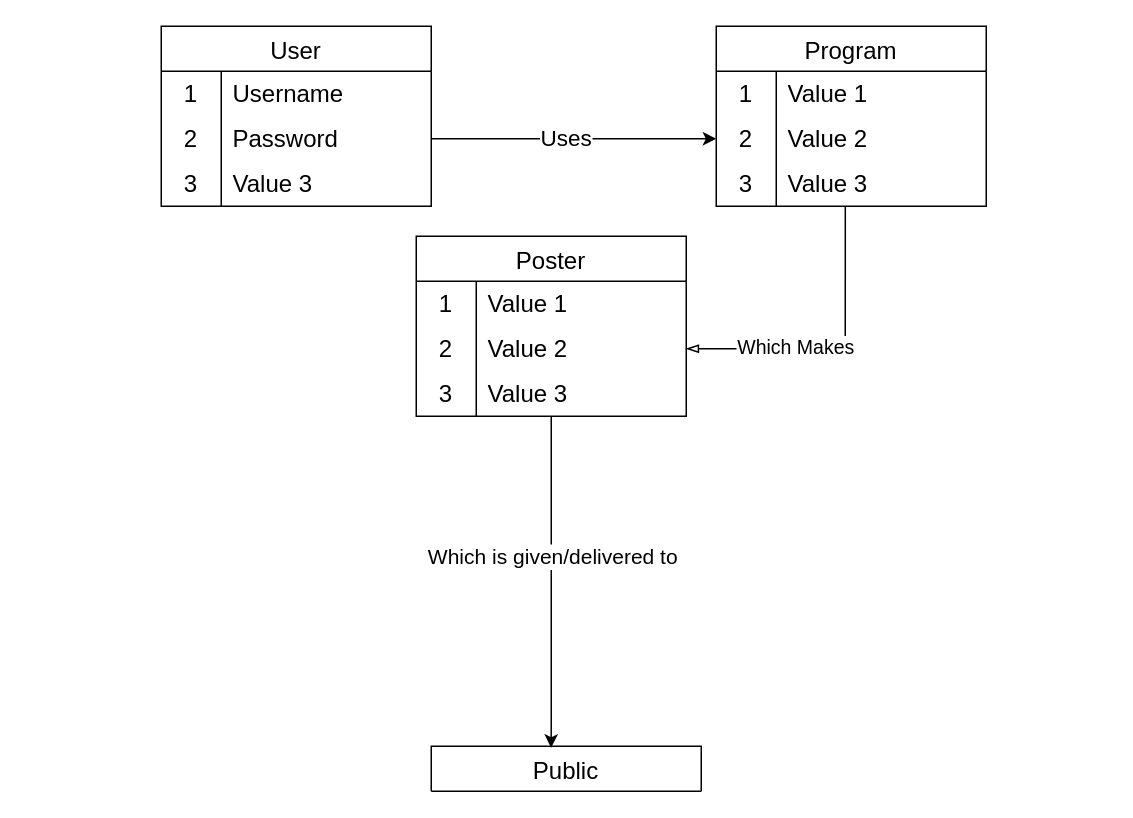
Above: Team 2 Final Project Diagram.drawio in Sahtorin/Team-2-Final (draw.io), before the change. Source tidied: cells renumbered, new cells numbered last; positions are measured from the earlier drawing's top-left corner, leaving out a move shared by most shapes. Both pictures are drawn from the tidied source at 150%, with x=0, y=0 at pixel (160, 26).
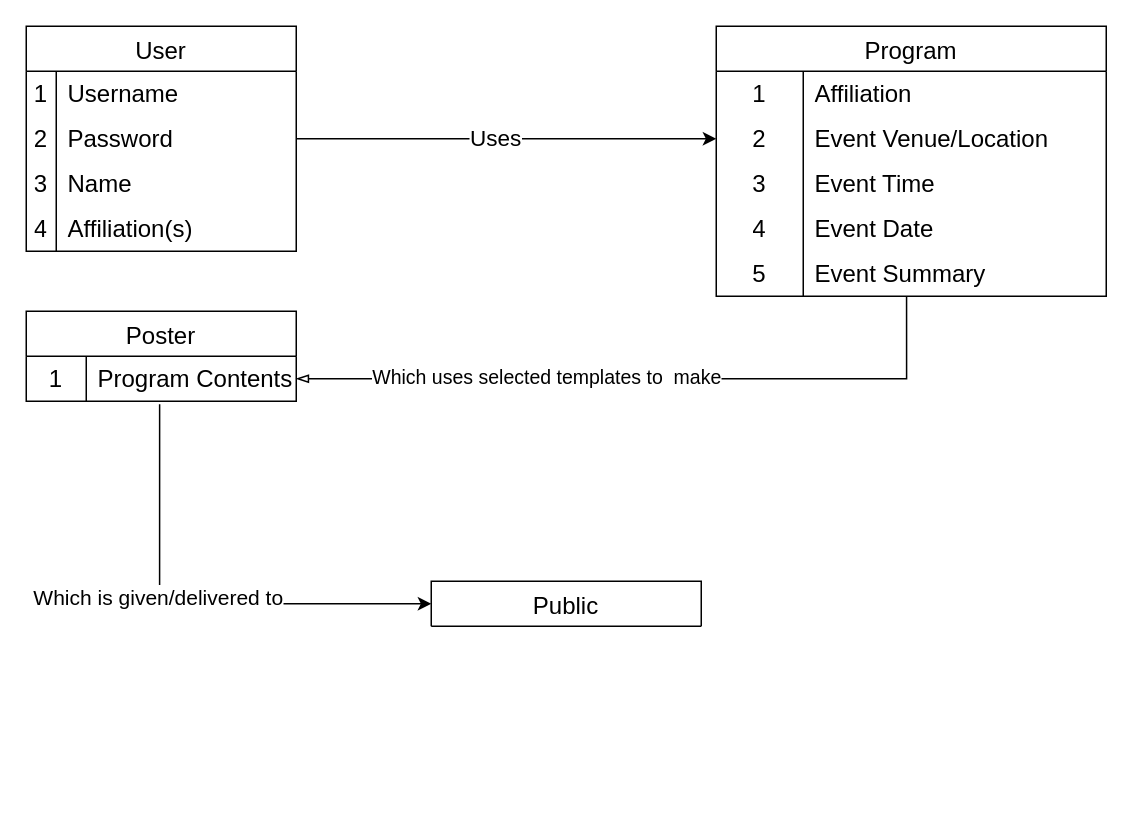
Above is the later version.

The change refers to these unchanged cells:
```xml
<mxCell id="3" style="shape=tableRow;horizontal=0;startSize=0;swimlaneHead=0;swimlaneBody=0;top=0;left=0;bottom=0;right=0;fillColor=none;strokeColor=inherit;fontSize=16;" parent="2" vertex="1">
  <mxGeometry y="30" width="180" height="30" as="geometry" />
</mxCell>
<mxCell id="6" style="shape=tableRow;horizontal=0;startSize=0;swimlaneHead=0;swimlaneBody=0;top=0;left=0;bottom=0;right=0;fillColor=none;points=[[0,0.5],[1,0.5]];portConstraint=eastwest;strokeColor=inherit;fontSize=16;" parent="2" vertex="1">
  <mxGeometry y="60" width="180" height="30" as="geometry" />
</mxCell>
<mxCell id="9" style="shape=tableRow;horizontal=0;startSize=0;swimlaneHead=0;swimlaneBody=0;top=0;left=0;bottom=0;right=0;fillColor=none;strokeColor=inherit;fontSize=16;" parent="2" vertex="1">
  <mxGeometry y="90" width="180" height="30" as="geometry" />
</mxCell>
<mxCell id="30" style="shape=tableRow;horizontal=0;startSize=0;swimlaneHead=0;swimlaneBody=0;top=0;left=0;bottom=0;right=0;fillColor=none;points=[[0,0.5],[1,0.5]];portConstraint=eastwest;strokeColor=inherit;fontSize=16;" parent="29" vertex="1">
  <mxGeometry y="30" width="180" height="30" as="geometry" />
</mxCell>
```

Diff of the diagram source:
```diff
@@
     <mxCell id="2" value="User" style="shape=table;startSize=30;childLayout=tableLayout;rowLines=0;fontStyle=0;strokeColor=default;fontSize=16;" parent="1" vertex="1">
-      <mxGeometry width="180" height="120" as="geometry" />
+      <mxGeometry x="-90" width="180" height="150" as="geometry" />
     </mxCell>
@@
     <mxCell id="4" value="1" style="shape=partialRectangle;html=1;whiteSpace=wrap;fillColor=none;top=0;left=0;bottom=0;right=0;overflow=hidden;strokeColor=inherit;fontSize=16;" parent="3" vertex="1">
-      <mxGeometry width="40" height="30" as="geometry" />
+      <mxGeometry width="20" height="30" as="geometry" />
     </mxCell>
     <mxCell id="5" value="Username" style="shape=partialRectangle;html=1;whiteSpace=wrap;fillColor=none;top=0;left=0;bottom=0;right=0;align=left;spacingLeft=6;overflow=hidden;strokeColor=inherit;fontSize=16;" parent="3" vertex="1">
-      <mxGeometry x="40" width="140" height="30" as="geometry" />
+      <mxGeometry x="20" width="160" height="30" as="geometry" />
     </mxCell>
@@
     <mxCell id="7" value="2" style="shape=partialRectangle;html=1;whiteSpace=wrap;fillColor=none;top=0;left=0;bottom=0;right=0;overflow=hidden;strokeColor=inherit;fontSize=16;" parent="6" vertex="1">
-      <mxGeometry width="40" height="30" as="geometry" />
+      <mxGeometry width="20" height="30" as="geometry" />
     </mxCell>
     <mxCell id="8" value="Password" style="shape=partialRectangle;html=1;whiteSpace=wrap;fillColor=none;top=0;left=0;bottom=0;right=0;align=left;spacingLeft=6;overflow=hidden;strokeColor=inherit;fontSize=16;" parent="6" vertex="1">
-      <mxGeometry x="40" width="140" height="30" as="geometry" />
+      <mxGeometry x="20" width="160" height="30" as="geometry" />
     </mxCell>
@@
     <mxCell id="10" value="3" style="shape=partialRectangle;html=1;whiteSpace=wrap;fillColor=none;top=0;left=0;bottom=0;right=0;overflow=hidden;strokeColor=inherit;fontSize=16;" parent="9" vertex="1">
-      <mxGeometry width="40" height="30" as="geometry" />
+      <mxGeometry width="20" height="30" as="geometry" />
     </mxCell>
-    <mxCell id="11" value="Value 3" style="shape=partialRectangle;html=1;whiteSpace=wrap;fillColor=none;top=0;left=0;bottom=0;right=0;align=left;spacingLeft=6;overflow=hidden;strokeColor=inherit;fontSize=16;" parent="9" vertex="1">
-      <mxGeometry x="40" width="140" height="30" as="geometry" />
+    <mxCell id="11" value="Name" style="shape=partialRectangle;html=1;whiteSpace=wrap;fillColor=none;top=0;left=0;bottom=0;right=0;align=left;spacingLeft=6;overflow=hidden;strokeColor=inherit;fontSize=16;" parent="9" vertex="1">
+      <mxGeometry x="20" width="160" height="30" as="geometry" />
     </mxCell>
+    <mxCell id="39" style="shape=tableRow;horizontal=0;startSize=0;swimlaneHead=0;swimlaneBody=0;top=0;left=0;bottom=0;right=0;fillColor=none;strokeColor=inherit;fontSize=16;" parent="2" vertex="1">
+      <mxGeometry y="120" width="180" height="30" as="geometry" />
+    </mxCell>
+    <mxCell id="40" value="4" style="shape=partialRectangle;html=1;whiteSpace=wrap;fillColor=none;top=0;left=0;bottom=0;right=0;overflow=hidden;strokeColor=inherit;fontSize=16;" parent="39" vertex="1">
+      <mxGeometry width="20" height="30" as="geometry" />
+    </mxCell>
+    <mxCell id="41" value="Affiliation(s)" style="shape=partialRectangle;html=1;whiteSpace=wrap;fillColor=none;top=0;left=0;bottom=0;right=0;align=left;spacingLeft=6;overflow=hidden;strokeColor=inherit;fontSize=16;" parent="39" vertex="1">
+      <mxGeometry x="20" width="160" height="30" as="geometry" />
+    </mxCell>
     <mxCell id="12" value="Program" style="shape=table;startSize=30;childLayout=tableLayout;rowLines=0;fontStyle=0;strokeColor=default;fontSize=16;" parent="1" vertex="1">
-      <mxGeometry x="370" width="180" height="120" as="geometry" />
+      <mxGeometry x="370" width="260" height="180" as="geometry" />
     </mxCell>
     <mxCell id="13" style="shape=tableRow;horizontal=0;startSize=0;swimlaneHead=0;swimlaneBody=0;top=0;left=0;bottom=0;right=0;fillColor=none;strokeColor=inherit;fontSize=16;" parent="12" vertex="1">
-      <mxGeometry y="30" width="180" height="30" as="geometry" />
+      <mxGeometry y="30" width="260" height="30" as="geometry" />
     </mxCell>
     <mxCell id="14" value="1" style="shape=partialRectangle;html=1;whiteSpace=wrap;fillColor=none;top=0;left=0;bottom=0;right=0;overflow=hidden;strokeColor=inherit;fontSize=16;" parent="13" vertex="1">
-      <mxGeometry width="40" height="30" as="geometry" />
+      <mxGeometry width="58" height="30" as="geometry" />
     </mxCell>
-    <mxCell id="15" value="Value 1" style="shape=partialRectangle;html=1;whiteSpace=wrap;fillColor=none;top=0;left=0;bottom=0;right=0;align=left;spacingLeft=6;overflow=hidden;strokeColor=inherit;fontSize=16;" parent="13" vertex="1">
-      <mxGeometry x="40" width="140" height="30" as="geometry" />
+    <mxCell id="15" value="Affiliation&lt;span style=&quot;white-space: pre;&quot;&gt;&#9;&lt;/span&gt;" style="shape=partialRectangle;html=1;whiteSpace=wrap;fillColor=none;top=0;left=0;bottom=0;right=0;align=left;spacingLeft=6;overflow=hidden;strokeColor=inherit;fontSize=16;" parent="13" vertex="1">
+      <mxGeometry x="58" width="202" height="30" as="geometry" />
     </mxCell>
     <mxCell id="16" style="shape=tableRow;horizontal=0;startSize=0;swimlaneHead=0;swimlaneBody=0;top=0;left=0;bottom=0;right=0;fillColor=none;points=[[0,0.5],[1,0.5]];portConstraint=eastwest;strokeColor=inherit;fontSize=16;" parent="12" vertex="1">
-      <mxGeometry y="60" width="180" height="30" as="geometry" />
+      <mxGeometry y="60" width="260" height="30" as="geometry" />
     </mxCell>
     <mxCell id="17" value="2" style="shape=partialRectangle;html=1;whiteSpace=wrap;fillColor=none;top=0;left=0;bottom=0;right=0;overflow=hidden;strokeColor=inherit;fontSize=16;" parent="16" vertex="1">
-      <mxGeometry width="40" height="30" as="geometry" />
+      <mxGeometry width="58" height="30" as="geometry" />
     </mxCell>
-    <mxCell id="18" value="Value 2" style="shape=partialRectangle;html=1;whiteSpace=wrap;fillColor=none;top=0;left=0;bottom=0;right=0;align=left;spacingLeft=6;overflow=hidden;strokeColor=inherit;fontSize=16;" parent="16" vertex="1">
-      <mxGeometry x="40" width="140" height="30" as="geometry" />
+    <mxCell id="18" value="Event Venue/Location" style="shape=partialRectangle;html=1;whiteSpace=wrap;fillColor=none;top=0;left=0;bottom=0;right=0;align=left;spacingLeft=6;overflow=hidden;strokeColor=inherit;fontSize=16;" parent="16" vertex="1">
+      <mxGeometry x="58" width="202" height="30" as="geometry" />
     </mxCell>
     <mxCell id="19" style="shape=tableRow;horizontal=0;startSize=0;swimlaneHead=0;swimlaneBody=0;top=0;left=0;bottom=0;right=0;fillColor=none;points=[[0,0.5],[1,0.5]];portConstraint=eastwest;strokeColor=inherit;fontSize=16;" parent="12" vertex="1">
-      <mxGeometry y="90" width="180" height="30" as="geometry" />
+      <mxGeometry y="90" width="260" height="30" as="geometry" />
     </mxCell>
     <mxCell id="20" value="3" style="shape=partialRectangle;html=1;whiteSpace=wrap;fillColor=none;top=0;left=0;bottom=0;right=0;overflow=hidden;strokeColor=inherit;fontSize=16;" parent="19" vertex="1">
-      <mxGeometry width="40" height="30" as="geometry" />
+      <mxGeometry width="58" height="30" as="geometry" />
     </mxCell>
-    <mxCell id="21" value="Value 3" style="shape=partialRectangle;html=1;whiteSpace=wrap;fillColor=none;top=0;left=0;bottom=0;right=0;align=left;spacingLeft=6;overflow=hidden;strokeColor=inherit;fontSize=16;" parent="19" vertex="1">
-      <mxGeometry x="40" width="140" height="30" as="geometry" />
+    <mxCell id="21" value="Event Time" style="shape=partialRectangle;html=1;whiteSpace=wrap;fillColor=none;top=0;left=0;bottom=0;right=0;align=left;spacingLeft=6;overflow=hidden;strokeColor=inherit;fontSize=16;" parent="19" vertex="1">
+      <mxGeometry x="58" width="202" height="30" as="geometry" />
     </mxCell>
+    <mxCell id="42" style="shape=tableRow;horizontal=0;startSize=0;swimlaneHead=0;swimlaneBody=0;top=0;left=0;bottom=0;right=0;fillColor=none;strokeColor=inherit;fontSize=16;" parent="12" vertex="1">
+      <mxGeometry y="120" width="260" height="30" as="geometry" />
+    </mxCell>
+    <mxCell id="43" value="4" style="shape=partialRectangle;html=1;whiteSpace=wrap;fillColor=none;top=0;left=0;bottom=0;right=0;overflow=hidden;strokeColor=inherit;fontSize=16;" parent="42" vertex="1">
+      <mxGeometry width="58" height="30" as="geometry" />
+    </mxCell>
+    <mxCell id="44" value="Event Date" style="shape=partialRectangle;html=1;whiteSpace=wrap;fillColor=none;top=0;left=0;bottom=0;right=0;align=left;spacingLeft=6;overflow=hidden;strokeColor=inherit;fontSize=16;" parent="42" vertex="1">
+      <mxGeometry x="58" width="202" height="30" as="geometry" />
+    </mxCell>
+    <mxCell id="45" style="shape=tableRow;horizontal=0;startSize=0;swimlaneHead=0;swimlaneBody=0;top=0;left=0;bottom=0;right=0;fillColor=none;points=[[0,0.5],[1,0.5]];portConstraint=eastwest;strokeColor=inherit;fontSize=16;" parent="12" vertex="1">
+      <mxGeometry y="150" width="260" height="30" as="geometry" />
+    </mxCell>
+    <mxCell id="46" value="5" style="shape=partialRectangle;html=1;whiteSpace=wrap;fillColor=none;top=0;left=0;bottom=0;right=0;overflow=hidden;strokeColor=inherit;fontSize=16;" parent="45" vertex="1">
+      <mxGeometry width="58" height="30" as="geometry" />
+    </mxCell>
+    <mxCell id="47" value="Event Summary" style="shape=partialRectangle;html=1;whiteSpace=wrap;fillColor=none;top=0;left=0;bottom=0;right=0;align=left;spacingLeft=6;overflow=hidden;strokeColor=inherit;fontSize=16;" parent="45" vertex="1">
+      <mxGeometry x="58" width="202" height="30" as="geometry" />
+    </mxCell>
     <mxCell id="22" value="Public" style="shape=table;startSize=30;childLayout=tableLayout;rowLines=0;fontStyle=0;strokeColor=default;fontSize=16;" parent="1" vertex="1">
-      <mxGeometry x="180" y="480" width="180" height="30" as="geometry" />
+      <mxGeometry x="180" y="370" width="180" height="30" as="geometry" />
     </mxCell>
@@
-    <mxCell id="25" style="edgeStyle=orthogonalEdgeStyle;rounded=0;jettySize=auto;html=1;entryX=0.478;entryY=1;entryDx=0;entryDy=0;entryPerimeter=0;startArrow=blockThin;startFill=0;endArrow=none;exitX=1;exitY=0.5;exitDx=0;exitDy=0;" parent="1" edge="1" source="33" target="19">
+    <mxCell id="25" style="edgeStyle=orthogonalEdgeStyle;rounded=0;jettySize=auto;html=1;entryX=0.488;entryY=1;entryDx=0;entryDy=0;entryPerimeter=0;startArrow=blockThin;startFill=0;endArrow=none;exitX=1;exitY=0.5;exitDx=0;exitDy=0;" parent="1" edge="1" source="30" target="45">
       <mxGeometry relative="1" as="geometry" />
     </mxCell>
-    <mxCell id="26" value="&lt;font style=&quot;font-size: 13px;&quot;&gt;Which Makes&lt;/font&gt;" style="edgeLabel;html=1;align=center;verticalAlign=middle;" parent="25" vertex="1">
+    <mxCell id="26" value="&lt;font style=&quot;font-size: 13px;&quot;&gt;Which uses selected templates to&amp;nbsp; make&lt;/font&gt;" style="edgeLabel;html=1;align=center;verticalAlign=middle;" parent="25" vertex="1">
       <mxGeometry x="-0.28" y="2" relative="1" as="geometry" />
     </mxCell>
-    <mxCell id="27" style="edgeStyle=orthogonalEdgeStyle;rounded=0;jettySize=auto;html=1;exitX=0.5;exitY=1;exitDx=0;exitDy=0;entryX=0.444;entryY=0.033;entryDx=0;entryDy=0;entryPerimeter=0;" parent="1" edge="1" target="22">
+    <mxCell id="27" style="edgeStyle=orthogonalEdgeStyle;rounded=0;jettySize=auto;html=1;exitX=0.494;exitY=1.067;exitDx=0;exitDy=0;entryX=0;entryY=0.5;entryDx=0;entryDy=0;exitPerimeter=0;" parent="1" edge="1" source="30" target="22">
       <mxGeometry relative="1" as="geometry">
-        <mxPoint x="260" y="260" as="sourcePoint" />
         <Array as="points">
-          <mxPoint x="260" y="461" />
+          <mxPoint x="-1" y="385" />
         </Array>
       </mxGeometry>
     </mxCell>
@@
     <mxCell id="29" value="Poster" style="shape=table;startSize=30;childLayout=tableLayout;rowLines=0;fontStyle=0;strokeColor=default;fontSize=16;" parent="1" vertex="1">
-      <mxGeometry x="170" y="140" width="180" height="120" as="geometry" />
+      <mxGeometry x="-90" y="190" width="180" height="60" as="geometry" />
     </mxCell>
@@
-    <mxCell id="32" value="Value 1" style="shape=partialRectangle;html=1;whiteSpace=wrap;fillColor=none;top=0;left=0;bottom=0;right=0;align=left;spacingLeft=6;overflow=hidden;strokeColor=inherit;fontSize=16;" parent="30" vertex="1">
+    <mxCell id="32" value="Program Contents" style="shape=partialRectangle;html=1;whiteSpace=wrap;fillColor=none;top=0;left=0;bottom=0;right=0;align=left;spacingLeft=6;overflow=hidden;strokeColor=inherit;fontSize=16;" parent="30" vertex="1">
       <mxGeometry x="40" width="140" height="30" as="geometry" />
     </mxCell>
-    <mxCell id="33" style="shape=tableRow;horizontal=0;startSize=0;swimlaneHead=0;swimlaneBody=0;top=0;left=0;bottom=0;right=0;fillColor=none;points=[[0,0.5],[1,0.5]];portConstraint=eastwest;strokeColor=inherit;fontSize=16;" parent="29" vertex="1">
-      <mxGeometry y="60" width="180" height="30" as="geometry" />
-    </mxCell>
-    <mxCell id="34" value="2" style="shape=partialRectangle;html=1;whiteSpace=wrap;fillColor=none;top=0;left=0;bottom=0;right=0;overflow=hidden;strokeColor=inherit;fontSize=16;" parent="33" vertex="1">
-      <mxGeometry width="40" height="30" as="geometry" />
-    </mxCell>
-    <mxCell id="35" value="Value 2" style="shape=partialRectangle;html=1;whiteSpace=wrap;fillColor=none;top=0;left=0;bottom=0;right=0;align=left;spacingLeft=6;overflow=hidden;strokeColor=inherit;fontSize=16;" parent="33" vertex="1">
-      <mxGeometry x="40" width="140" height="30" as="geometry" />
-    </mxCell>
-    <mxCell id="36" style="shape=tableRow;horizontal=0;startSize=0;swimlaneHead=0;swimlaneBody=0;top=0;left=0;bottom=0;right=0;fillColor=none;strokeColor=inherit;fontSize=16;" parent="29" vertex="1">
-      <mxGeometry y="90" width="180" height="30" as="geometry" />
-    </mxCell>
-    <mxCell id="37" value="3" style="shape=partialRectangle;html=1;whiteSpace=wrap;fillColor=none;top=0;left=0;bottom=0;right=0;overflow=hidden;strokeColor=inherit;fontSize=16;" parent="36" vertex="1">
-      <mxGeometry width="40" height="30" as="geometry" />
-    </mxCell>
-    <mxCell id="38" value="Value 3" style="shape=partialRectangle;html=1;whiteSpace=wrap;fillColor=none;top=0;left=0;bottom=0;right=0;align=left;spacingLeft=6;overflow=hidden;strokeColor=inherit;fontSize=16;" parent="36" vertex="1">
-      <mxGeometry x="40" width="140" height="30" as="geometry" />
-    </mxCell>
```
